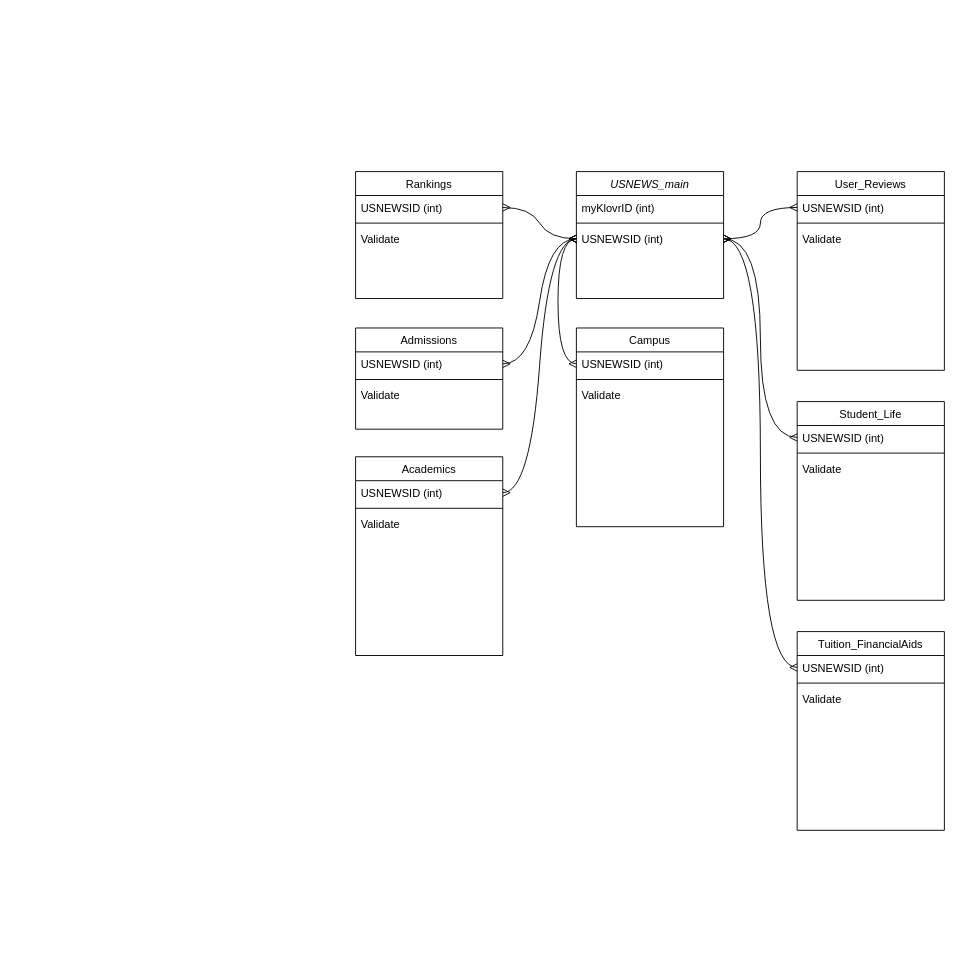
StarryYJ/Scrapy-DS-Intern-at-myKlovr keeps this draw.io diagram as Untitled Diagram.drawio. Above is the earlier version. Source tidied: cells renumbered, new cells numbered last; positions are measured from the earlier drawing's top-left corner, leaving out a move shared by most shapes. Both pictures are drawn from the tidied source at 92%, with x=0, y=0 at pixel (355, 171).
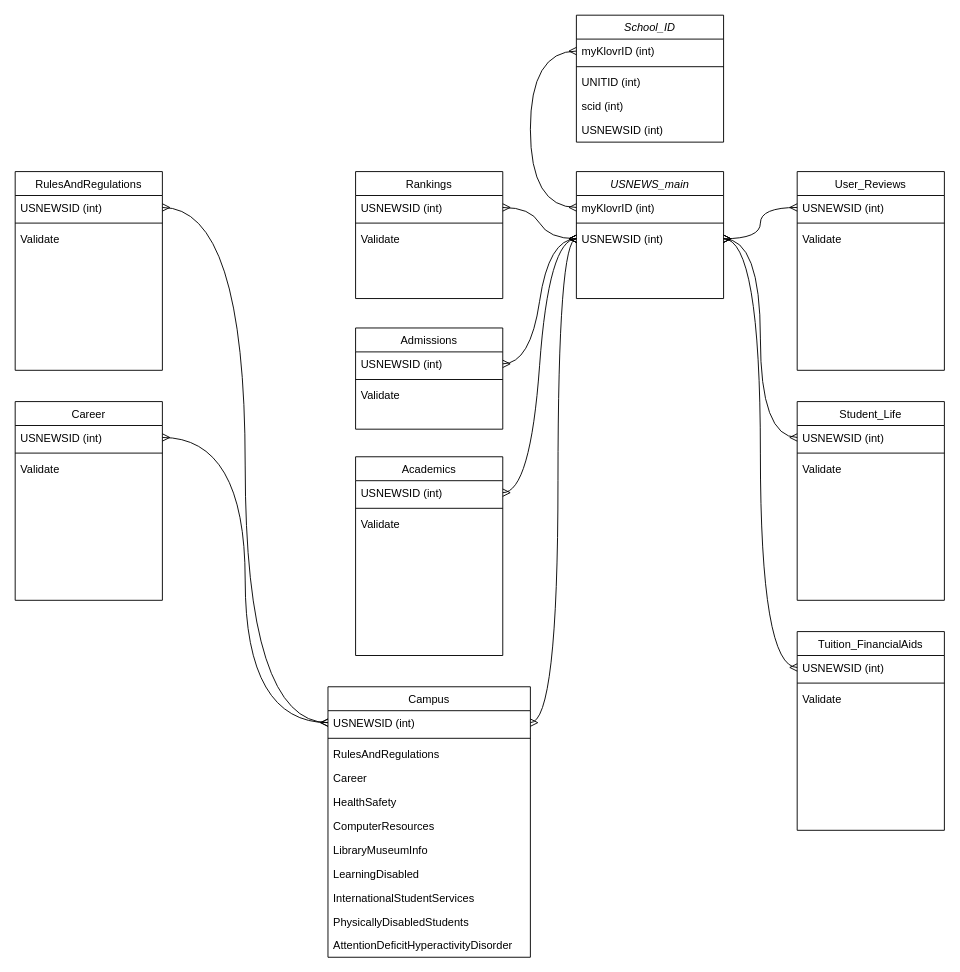
The same page after the edit.

Unchanged cells that the change refers to:
```xml
<mxCell id="3" value="myKlovrID (int)" style="text;align=left;verticalAlign=top;spacingLeft=4;spacingRight=4;overflow=hidden;points=[[0,0.5],[1,0.5]];portConstraint=eastwest;" parent="2" vertex="1">
  <mxGeometry y="26" width="160" height="26" as="geometry" />
</mxCell>
<mxCell id="5" value="USNEWSID (int)" style="text;align=left;verticalAlign=top;spacingLeft=4;spacingRight=4;overflow=hidden;points=[[0,0.5],[1,0.5]];portConstraint=eastwest;rounded=0;shadow=0;html=0;" parent="2" vertex="1">
  <mxGeometry y="60" width="160" height="26" as="geometry" />
</mxCell>
```

What changed in the source:
```diff
@@
     <mxCell id="23" value="Campus" style="swimlane;fontStyle=0;align=center;verticalAlign=top;horizontal=1;startSize=26;rounded=0;shadow=0;strokeWidth=1;" parent="1" vertex="1">
-      <mxGeometry x="240" y="170" width="160" height="216" as="geometry" />
+      <mxGeometry x="-30" y="560" width="220" height="294" as="geometry" />
     </mxCell>
     <mxCell id="24" value="USNEWSID (int)" style="text;align=left;verticalAlign=top;spacingLeft=4;spacingRight=4;overflow=hidden;points=[[0,0.5],[1,0.5]];portConstraint=eastwest;" parent="23" vertex="1">
-      <mxGeometry y="26" width="160" height="26" as="geometry" />
+      <mxGeometry y="26" width="220" height="26" as="geometry" />
     </mxCell>
     <mxCell id="25" style="line;html=1;strokeWidth=1;align=left;verticalAlign=middle;spacingTop=-1;spacingLeft=3;spacingRight=3;labelPosition=right;" parent="23" vertex="1">
-      <mxGeometry y="52" width="160" height="8" as="geometry" />
+      <mxGeometry y="52" width="220" height="8" as="geometry" />
     </mxCell>
+    <mxCell id="42" value="RulesAndRegulations" style="text;align=left;verticalAlign=top;spacingLeft=4;spacingRight=4;overflow=hidden;" parent="23" vertex="1">
+      <mxGeometry y="60" width="220" height="26" as="geometry" />
+    </mxCell>
+    <mxCell id="43" value="Career" style="text;align=left;verticalAlign=top;spacingLeft=4;spacingRight=4;overflow=hidden;" parent="23" vertex="1">
+      <mxGeometry y="86" width="220" height="26" as="geometry" />
+    </mxCell>
+    <mxCell id="44" value="HealthSafety" style="text;align=left;verticalAlign=top;spacingLeft=4;spacingRight=4;overflow=hidden;" parent="23" vertex="1">
+      <mxGeometry y="112" width="220" height="26" as="geometry" />
+    </mxCell>
+    <mxCell id="45" value="ComputerResources" style="text;align=left;verticalAlign=top;spacingLeft=4;spacingRight=4;overflow=hidden;" parent="23" vertex="1">
+      <mxGeometry y="138" width="220" height="26" as="geometry" />
+    </mxCell>
+    <mxCell id="46" value="LibraryMuseumInfo" style="text;align=left;verticalAlign=top;spacingLeft=4;spacingRight=4;overflow=hidden;" parent="23" vertex="1">
+      <mxGeometry y="164" width="220" height="26" as="geometry" />
+    </mxCell>
+    <mxCell id="47" value="LearningDisabled" style="text;align=left;verticalAlign=top;spacingLeft=4;spacingRight=4;overflow=hidden;" parent="23" vertex="1">
+      <mxGeometry y="190" width="220" height="26" as="geometry" />
+    </mxCell>
+    <mxCell id="48" value="InternationalStudentServices" style="text;align=left;verticalAlign=top;spacingLeft=4;spacingRight=4;overflow=hidden;" parent="23" vertex="1">
+      <mxGeometry y="216" width="220" height="26" as="geometry" />
+    </mxCell>
+    <mxCell id="49" value="PhysicallyDisabledStudents" style="text;align=left;verticalAlign=top;spacingLeft=4;spacingRight=4;overflow=hidden;" parent="23" vertex="1">
+      <mxGeometry y="242" width="220" height="26" as="geometry" />
+    </mxCell>
-    <mxCell id="26" value="Validate" style="text;align=left;verticalAlign=top;spacingLeft=4;spacingRight=4;overflow=hidden;" parent="23" vertex="1">
-      <mxGeometry y="60" width="160" height="26" as="geometry" />
+    <mxCell id="26" value="AttentionDeficitHyperactivityDisorder" style="text;align=left;verticalAlign=top;spacingLeft=4;spacingRight=4;overflow=hidden;" parent="23" vertex="1">
+      <mxGeometry y="268" width="220" height="26" as="geometry" />
     </mxCell>
@@
-    <mxCell id="41" style="edgeStyle=orthogonalEdgeStyle;curved=1;jettySize=auto;html=1;exitX=0;exitY=0.5;exitDx=0;exitDy=0;entryX=0;entryY=0.5;entryDx=0;entryDy=0;startArrow=ERmany;startFill=0;endArrow=ERmany;endFill=0;" parent="1" edge="1" source="5" target="24">
-      <mxGeometry relative="1" as="geometry" />
+    <mxCell id="41" style="edgeStyle=orthogonalEdgeStyle;curved=1;jettySize=auto;html=1;exitX=0;exitY=0.5;exitDx=0;exitDy=0;entryX=1;entryY=0.5;entryDx=0;entryDy=0;startArrow=ERmany;startFill=0;endArrow=ERmany;endFill=0;" parent="1" edge="1" source="5" target="24">
+      <mxGeometry relative="1" as="geometry">
+        <Array as="points">
+          <mxPoint x="220" y="73" />
+          <mxPoint x="220" y="599" />
+        </Array>
+      </mxGeometry>
     </mxCell>
+    <mxCell id="50" value="School_ID" style="swimlane;fontStyle=2;align=center;verticalAlign=top;horizontal=1;startSize=26;rounded=0;shadow=0;strokeWidth=1;" parent="1" vertex="1">
+      <mxGeometry x="240" y="-170" width="160" height="138" as="geometry" />
+    </mxCell>
+    <mxCell id="51" value="myKlovrID (int)" style="text;align=left;verticalAlign=top;spacingLeft=4;spacingRight=4;overflow=hidden;points=[[0,0.5],[1,0.5]];portConstraint=eastwest;" parent="50" vertex="1">
+      <mxGeometry y="26" width="160" height="26" as="geometry" />
+    </mxCell>
+    <mxCell id="52" style="line;html=1;strokeWidth=1;align=left;verticalAlign=middle;spacingTop=-1;spacingLeft=3;spacingRight=3;labelPosition=right;" parent="50" vertex="1">
+      <mxGeometry y="52" width="160" height="8" as="geometry" />
+    </mxCell>
+    <mxCell id="53" value="UNITID (int)" style="text;align=left;verticalAlign=top;spacingLeft=4;spacingRight=4;overflow=hidden;rounded=0;shadow=0;html=0;" parent="50" vertex="1">
+      <mxGeometry y="60" width="160" height="26" as="geometry" />
+    </mxCell>
+    <mxCell id="54" value="scid (int)" style="text;align=left;verticalAlign=top;spacingLeft=4;spacingRight=4;overflow=hidden;rounded=0;shadow=0;html=0;" parent="50" vertex="1">
+      <mxGeometry y="86" width="160" height="26" as="geometry" />
+    </mxCell>
+    <mxCell id="55" value="USNEWSID (int)" style="text;align=left;verticalAlign=top;spacingLeft=4;spacingRight=4;overflow=hidden;rounded=0;shadow=0;html=0;" parent="50" vertex="1">
+      <mxGeometry y="112" width="160" height="26" as="geometry" />
+    </mxCell>
+    <mxCell id="56" style="edgeStyle=orthogonalEdgeStyle;curved=1;jettySize=auto;html=1;exitX=0;exitY=0.5;exitDx=0;exitDy=0;entryX=0;entryY=0.5;entryDx=0;entryDy=0;startArrow=ERmany;startFill=0;endArrow=ERmany;endFill=0;" parent="1" edge="1" source="51" target="3">
+      <mxGeometry relative="1" as="geometry">
+        <Array as="points">
+          <mxPoint x="190" y="-131" />
+          <mxPoint x="190" y="39" />
+        </Array>
+      </mxGeometry>
+    </mxCell>
+    <mxCell id="57" value="RulesAndRegulations" style="swimlane;fontStyle=0;align=center;verticalAlign=top;horizontal=1;startSize=26;rounded=0;shadow=0;strokeWidth=1;" parent="1" vertex="1">
+      <mxGeometry x="-370" width="160" height="216" as="geometry" />
+    </mxCell>
+    <mxCell id="58" value="USNEWSID (int)" style="text;align=left;verticalAlign=top;spacingLeft=4;spacingRight=4;overflow=hidden;points=[[0,0.5],[1,0.5]];portConstraint=eastwest;" parent="57" vertex="1">
+      <mxGeometry y="26" width="160" height="26" as="geometry" />
+    </mxCell>
+    <mxCell id="59" style="line;html=1;strokeWidth=1;align=left;verticalAlign=middle;spacingTop=-1;spacingLeft=3;spacingRight=3;labelPosition=right;" parent="57" vertex="1">
+      <mxGeometry y="52" width="160" height="8" as="geometry" />
+    </mxCell>
+    <mxCell id="60" value="Validate" style="text;align=left;verticalAlign=top;spacingLeft=4;spacingRight=4;overflow=hidden;" parent="57" vertex="1">
+      <mxGeometry y="60" width="160" height="26" as="geometry" />
+    </mxCell>
+    <mxCell id="61" style="edgeStyle=orthogonalEdgeStyle;curved=1;jettySize=auto;html=1;exitX=0;exitY=0.5;exitDx=0;exitDy=0;entryX=1;entryY=0.5;entryDx=0;entryDy=0;startArrow=ERmany;startFill=0;endArrow=ERmany;endFill=0;" parent="1" edge="1" source="24" target="58">
+      <mxGeometry relative="1" as="geometry" />
+    </mxCell>
+    <mxCell id="62" value="Career" style="swimlane;fontStyle=0;align=center;verticalAlign=top;horizontal=1;startSize=26;rounded=0;shadow=0;strokeWidth=1;" parent="1" vertex="1">
+      <mxGeometry x="-370" y="250" width="160" height="216" as="geometry" />
+    </mxCell>
+    <mxCell id="63" value="USNEWSID (int)" style="text;align=left;verticalAlign=top;spacingLeft=4;spacingRight=4;overflow=hidden;points=[[0,0.5],[1,0.5]];portConstraint=eastwest;" parent="62" vertex="1">
+      <mxGeometry y="26" width="160" height="26" as="geometry" />
+    </mxCell>
+    <mxCell id="64" style="line;html=1;strokeWidth=1;align=left;verticalAlign=middle;spacingTop=-1;spacingLeft=3;spacingRight=3;labelPosition=right;" parent="62" vertex="1">
+      <mxGeometry y="52" width="160" height="8" as="geometry" />
+    </mxCell>
+    <mxCell id="65" value="Validate" style="text;align=left;verticalAlign=top;spacingLeft=4;spacingRight=4;overflow=hidden;" parent="62" vertex="1">
+      <mxGeometry y="60" width="160" height="26" as="geometry" />
+    </mxCell>
+    <mxCell id="66" style="edgeStyle=orthogonalEdgeStyle;curved=1;jettySize=auto;html=1;exitX=0;exitY=0.5;exitDx=0;exitDy=0;entryX=1;entryY=0.5;entryDx=0;entryDy=0;startArrow=ERmany;startFill=0;endArrow=ERmany;endFill=0;" parent="1" edge="1" source="24" target="63">
+      <mxGeometry relative="1" as="geometry" />
+    </mxCell>
```
